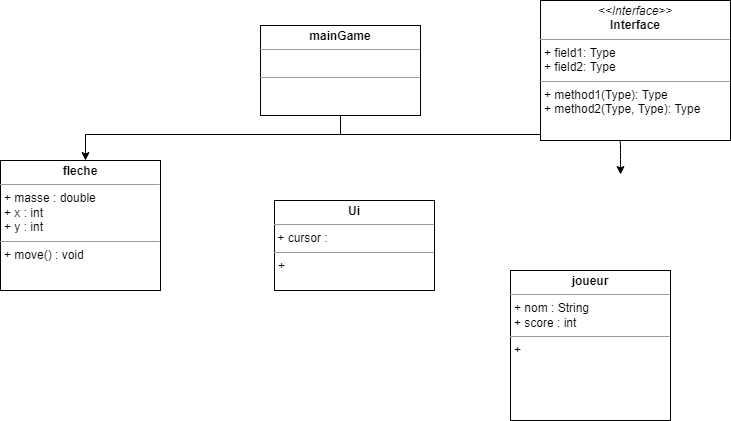
The draw.io diagram UMLDiagram.png in vbard1/mini-projet-2, before a commit. Source tidied: cells renumbered, new cells last; positions are measured from the earlier drawing's top-left corner, leaving out a move shared by most shapes. The source it was exported from:
```xml
<mxGraphModel>
  <root>
    <mxCell id="0" />
    <mxCell id="1" parent="0" />
    <mxCell id="2" style="edgeStyle=orthogonalEdgeStyle;rounded=0;orthogonalLoop=1;jettySize=auto;html=1;exitX=0.5;exitY=1;exitDx=0;exitDy=0;entryX=0.5;entryY=0;entryDx=0;entryDy=0;" parent="1" edge="1">
      <mxGeometry relative="1" as="geometry">
        <mxPoint x="350" y="108" as="sourcePoint" />
        <mxPoint x="85" y="160" as="targetPoint" />
        <Array as="points">
          <mxPoint x="340" y="134" />
          <mxPoint x="85" y="134" />
        </Array>
      </mxGeometry>
    </mxCell>
    <mxCell id="3" style="edgeStyle=orthogonalEdgeStyle;rounded=0;orthogonalLoop=1;jettySize=auto;html=1;" parent="1" edge="1">
      <mxGeometry relative="1" as="geometry">
        <mxPoint x="280" y="259" as="targetPoint" />
      </mxGeometry>
    </mxCell>
    <mxCell id="4" style="endArrow=classic;html=1;" parent="1" edge="1">
      <mxGeometry relative="1" as="geometry">
        <mxPoint x="340" y="134" as="sourcePoint" />
        <mxPoint x="620" y="174" as="targetPoint" />
        <Array as="points">
          <mxPoint x="620" y="134" />
          <mxPoint x="620" y="160" />
        </Array>
      </mxGeometry>
    </mxCell>
    <mxCell id="5" value="&lt;p style=&quot;margin:0px;margin-top:4px;text-align:center;&quot;&gt;&lt;i&gt;&amp;lt;&amp;lt;Interface&amp;gt;&amp;gt;&lt;/i&gt;&lt;br/&gt;&lt;b&gt;Interface&lt;/b&gt;&lt;/p&gt;&lt;hr size=&quot;1&quot;/&gt;&lt;p style=&quot;margin:0px;margin-left:4px;&quot;&gt;+ field1: Type&lt;br/&gt;+ field2: Type&lt;/p&gt;&lt;hr size=&quot;1&quot;/&gt;&lt;p style=&quot;margin:0px;margin-left:4px;&quot;&gt;+ method1(Type): Type&lt;br/&gt;+ method2(Type, Type): Type&lt;/p&gt;" style="verticalAlign=top;align=left;overflow=fill;fontSize=12;fontFamily=Helvetica;html=1;" parent="1" vertex="1">
      <mxGeometry x="540" width="190" height="140" as="geometry" />
    </mxCell>
    <mxCell id="6" value="&lt;p style=&quot;margin: 0px ; margin-top: 4px ; text-align: center&quot;&gt;&lt;b&gt;mainGame&lt;/b&gt;&lt;/p&gt;&lt;hr size=&quot;1&quot;&gt;&lt;p style=&quot;margin: 0px ; margin-left: 4px&quot;&gt;&lt;br&gt;&lt;/p&gt;&lt;hr size=&quot;1&quot;&gt;" style="verticalAlign=top;align=left;overflow=fill;fontSize=12;fontFamily=Helvetica;html=1;" parent="1" vertex="1">
      <mxGeometry x="260" y="25" width="160" height="90" as="geometry" />
    </mxCell>
    <mxCell id="7" value="&lt;p style=&quot;margin: 0px ; margin-top: 4px ; text-align: center&quot;&gt;&lt;b&gt;fleche&lt;/b&gt;&lt;br&gt;&lt;/p&gt;&lt;hr size=&quot;1&quot;&gt;&lt;p style=&quot;margin: 0px ; margin-left: 4px&quot;&gt;+ masse : double&lt;/p&gt;&lt;p style=&quot;margin: 0px ; margin-left: 4px&quot;&gt;+ x : int&lt;/p&gt;&lt;p style=&quot;margin: 0px ; margin-left: 4px&quot;&gt;+ y : int&lt;br&gt;&lt;/p&gt;&lt;hr size=&quot;1&quot;&gt;&lt;p style=&quot;margin: 0px ; margin-left: 4px&quot;&gt;+ move() : void&lt;br&gt;&lt;/p&gt;" style="verticalAlign=top;align=left;overflow=fill;fontSize=12;fontFamily=Helvetica;html=1;" parent="1" vertex="1">
      <mxGeometry y="160" width="160" height="130" as="geometry" />
    </mxCell>
    <mxCell id="8" value="&lt;p style=&quot;margin: 0px ; margin-top: 4px ; text-align: center&quot;&gt;&lt;b&gt;Ui&lt;/b&gt;&lt;br&gt;&lt;/p&gt;&lt;hr size=&quot;1&quot;&gt;&amp;nbsp;+ cursor : &lt;br&gt;&lt;hr size=&quot;1&quot;&gt;&lt;p style=&quot;margin: 0px ; margin-left: 4px&quot;&gt;+&lt;/p&gt;" style="verticalAlign=top;align=left;overflow=fill;fontSize=12;fontFamily=Helvetica;html=1;" parent="1" vertex="1">
      <mxGeometry x="274" y="200" width="160" height="90" as="geometry" />
    </mxCell>
    <mxCell id="9" value="&lt;p style=&quot;margin: 0px ; margin-top: 4px ; text-align: center&quot;&gt;&lt;b&gt;joueur&lt;/b&gt;&lt;br&gt;&lt;/p&gt;&lt;hr size=&quot;1&quot;&gt;&lt;p style=&quot;margin: 0px ; margin-left: 4px&quot;&gt;+ nom : String&lt;/p&gt;&lt;p style=&quot;margin: 0px ; margin-left: 4px&quot;&gt;+ score : int&lt;/p&gt;&lt;hr size=&quot;1&quot;&gt;&lt;p style=&quot;margin: 0px ; margin-left: 4px&quot;&gt;+&lt;br&gt;&lt;/p&gt;" style="verticalAlign=top;align=left;overflow=fill;fontSize=12;fontFamily=Helvetica;html=1;" parent="1" vertex="1">
      <mxGeometry x="510" y="270" width="160" height="150" as="geometry" />
    </mxCell>
    <mxCell id="10" style="edgeStyle=orthogonalEdgeStyle;rounded=0;jettySize=auto;html=1;exitX=0.5;exitY=1;exitDx=0;exitDy=0;" parent="1" edge="1" source="x">
      <mxGeometry relative="1" as="geometry">
        <mxPoint x="85" y="380" as="targetPoint" />
      </mxGeometry>
    </mxCell>
  </root>
</mxGraphModel>
```
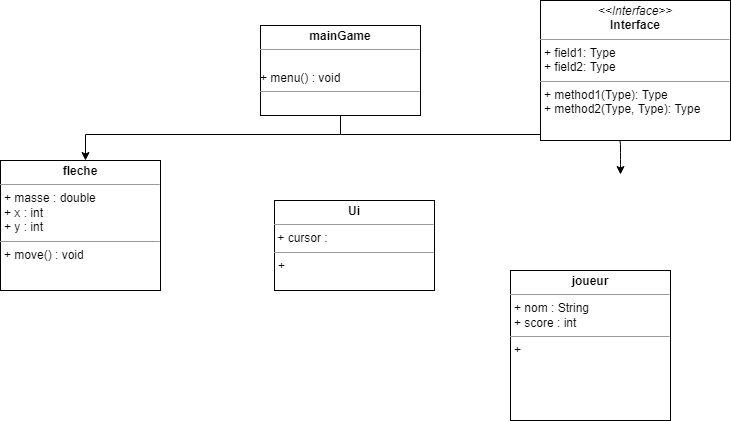
After the change.

Diff of the diagram source:
```diff
@@ -30,7 +30,7 @@
     <mxCell id="5" value="&lt;p style=&quot;margin:0px;margin-top:4px;text-align:center;&quot;&gt;&lt;i&gt;&amp;lt;&amp;lt;Interface&amp;gt;&amp;gt;&lt;/i&gt;&lt;br/&gt;&lt;b&gt;Interface&lt;/b&gt;&lt;/p&gt;&lt;hr size=&quot;1&quot;/&gt;&lt;p style=&quot;margin:0px;margin-left:4px;&quot;&gt;+ field1: Type&lt;br/&gt;+ field2: Type&lt;/p&gt;&lt;hr size=&quot;1&quot;/&gt;&lt;p style=&quot;margin:0px;margin-left:4px;&quot;&gt;+ method1(Type): Type&lt;br/&gt;+ method2(Type, Type): Type&lt;/p&gt;" style="verticalAlign=top;align=left;overflow=fill;fontSize=12;fontFamily=Helvetica;html=1;" parent="1" vertex="1">
       <mxGeometry x="540" width="190" height="140" as="geometry" />
     </mxCell>
-    <mxCell id="6" value="&lt;p style=&quot;margin: 0px ; margin-top: 4px ; text-align: center&quot;&gt;&lt;b&gt;mainGame&lt;/b&gt;&lt;/p&gt;&lt;hr size=&quot;1&quot;&gt;&lt;p style=&quot;margin: 0px ; margin-left: 4px&quot;&gt;&lt;br&gt;&lt;/p&gt;&lt;hr size=&quot;1&quot;&gt;" style="verticalAlign=top;align=left;overflow=fill;fontSize=12;fontFamily=Helvetica;html=1;" parent="1" vertex="1">
+    <mxCell id="6" value="&lt;p style=&quot;margin: 0px ; margin-top: 4px ; text-align: center&quot;&gt;&lt;b&gt;mainGame&lt;/b&gt;&lt;/p&gt;&lt;hr size=&quot;1&quot;&gt;&lt;p style=&quot;margin: 0px ; margin-left: 4px&quot;&gt;&lt;br&gt;&lt;/p&gt;+ menu() : void&lt;hr size=&quot;1&quot;&gt;" style="verticalAlign=top;align=left;overflow=fill;fontSize=12;fontFamily=Helvetica;html=1;" parent="1" vertex="1">
       <mxGeometry x="260" y="25" width="160" height="90" as="geometry" />
     </mxCell>
     <mxCell id="7" value="&lt;p style=&quot;margin: 0px ; margin-top: 4px ; text-align: center&quot;&gt;&lt;b&gt;fleche&lt;/b&gt;&lt;br&gt;&lt;/p&gt;&lt;hr size=&quot;1&quot;&gt;&lt;p style=&quot;margin: 0px ; margin-left: 4px&quot;&gt;+ masse : double&lt;/p&gt;&lt;p style=&quot;margin: 0px ; margin-left: 4px&quot;&gt;+ x : int&lt;/p&gt;&lt;p style=&quot;margin: 0px ; margin-left: 4px&quot;&gt;+ y : int&lt;br&gt;&lt;/p&gt;&lt;hr size=&quot;1&quot;&gt;&lt;p style=&quot;margin: 0px ; margin-left: 4px&quot;&gt;+ move() : void&lt;br&gt;&lt;/p&gt;" style="verticalAlign=top;align=left;overflow=fill;fontSize=12;fontFamily=Helvetica;html=1;" parent="1" vertex="1">
```
